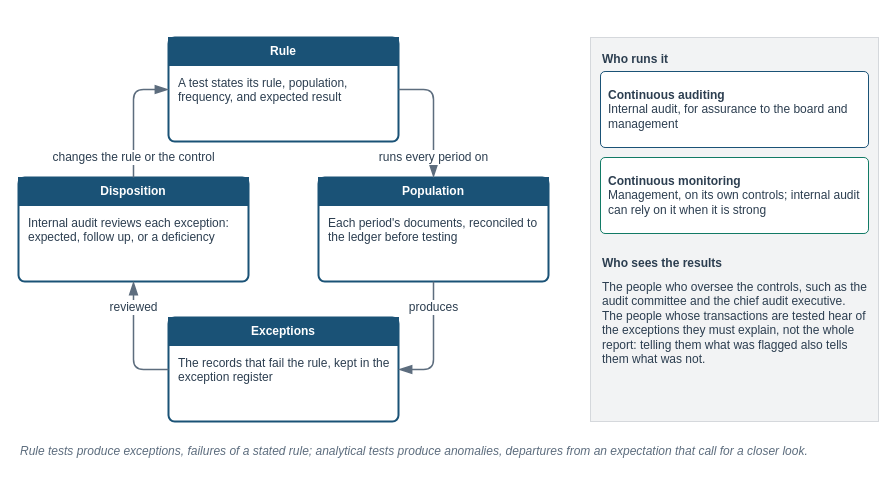
The draw.io diagram visuals/src/fig-16-01-monitoring-cycle.drawio in mmcodesso/Accounting_Analytics_Book, before the edit. Source tidied: cells renumbered, new cells numbered last; positions are measured from the earlier drawing's top-left corner, leaving out a move shared by most shapes. Both pictures are drawn from the tidied source at 100%, with x=0, y=0 at pixel (18, 17).
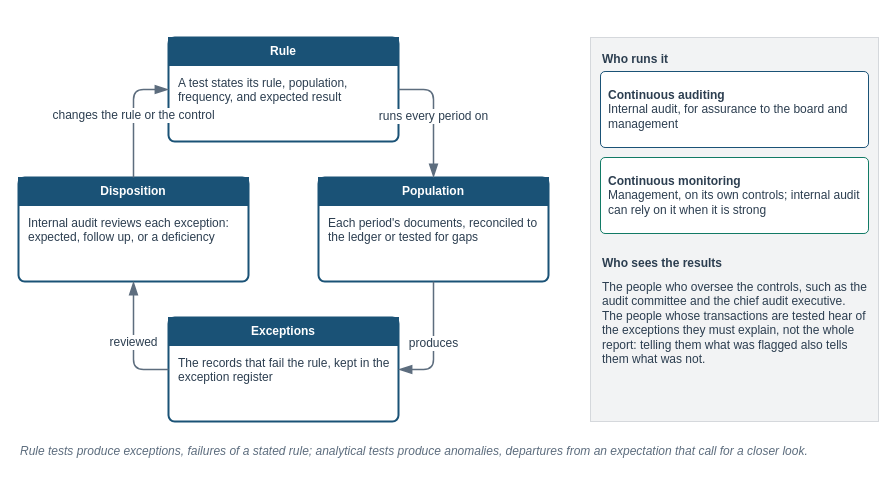
The same diagram, later.

The change refers to these unchanged cells:
```xml
<mxCell id="3" style="rounded=1;arcSize=6;whiteSpace=wrap;html=1;fillColor=#FFFFFF;strokeColor=#1A5276;strokeWidth=2;fontColor=#2C3E50;fontSize=13;fontStyle=0;align=center;verticalAlign=middle;fontFamily=Helvetica;spacingLeft=6;spacingRight=6;" parent="1" vertex="1">
  <mxGeometry x="150" y="20" width="230" height="104" as="geometry" />
</mxCell>
<mxCell id="6" style="rounded=1;arcSize=6;whiteSpace=wrap;html=1;fillColor=#FFFFFF;strokeColor=#1A5276;strokeWidth=2;fontColor=#2C3E50;fontSize=13;fontStyle=0;align=center;verticalAlign=middle;fontFamily=Helvetica;spacingLeft=6;spacingRight=6;" parent="1" vertex="1">
  <mxGeometry x="300" y="160" width="230" height="104" as="geometry" />
</mxCell>
<mxCell id="9" style="rounded=1;arcSize=6;whiteSpace=wrap;html=1;fillColor=#FFFFFF;strokeColor=#1A5276;strokeWidth=2;fontColor=#2C3E50;fontSize=13;fontStyle=0;align=center;verticalAlign=middle;fontFamily=Helvetica;spacingLeft=6;spacingRight=6;" parent="1" vertex="1">
  <mxGeometry x="150" y="300" width="230" height="104" as="geometry" />
</mxCell>
<mxCell id="12" style="rounded=1;arcSize=6;whiteSpace=wrap;html=1;fillColor=#FFFFFF;strokeColor=#1A5276;strokeWidth=2;fontColor=#2C3E50;fontSize=13;fontStyle=0;align=center;verticalAlign=middle;fontFamily=Helvetica;spacingLeft=6;spacingRight=6;" parent="1" vertex="1">
  <mxGeometry y="160" width="230" height="104" as="geometry" />
</mxCell>
```

Diff of the diagram source:
```diff
@@
-    <mxCell id="8" value="Each period's documents, reconciled to the ledger before testing" style="text;html=1;whiteSpace=wrap;align=left;verticalAlign=top;fontSize=12;fontColor=#2C3E50;fontStyle=0;fontFamily=Helvetica;spacing=2;fillColor=none;strokeColor=none;" parent="1" vertex="1">
+    <mxCell id="8" value="Each period's documents, reconciled to the ledger or tested for gaps" style="text;html=1;whiteSpace=wrap;align=left;verticalAlign=top;fontSize=12;fontColor=#2C3E50;fontStyle=0;fontFamily=Helvetica;spacing=2;fillColor=none;strokeColor=none;" parent="1" vertex="1">
       <mxGeometry x="308" y="192" width="214" height="68" as="geometry" />
     </mxCell>
@@
     <mxCell id="15" value="runs every period on" style="edgeStyle=orthogonalEdgeStyle;rounded=1;html=1;startArrow=none;endArrow=blockThin;startFill=0;endFill=1;startSize=10;endSize=10;strokeColor=#5D6D7E;strokeWidth=1.5;fontSize=12;fontColor=#2C3E50;fontFamily=Helvetica;labelBackgroundColor=#FFFFFF;exitX=1;exitY=0.5;exitDx=0;exitDy=0;entryX=0.5;entryY=0;entryDx=0;entryDy=0;" parent="1" edge="1" source="3" target="6">
-      <mxGeometry x="0.67" relative="1" as="geometry" />
+      <mxGeometry relative="1" as="geometry" />
     </mxCell>
     <mxCell id="16" value="produces" style="edgeStyle=orthogonalEdgeStyle;rounded=1;html=1;startArrow=none;endArrow=blockThin;startFill=0;endFill=1;startSize=10;endSize=10;strokeColor=#5D6D7E;strokeWidth=1.5;fontSize=12;fontColor=#2C3E50;fontFamily=Helvetica;labelBackgroundColor=#FFFFFF;exitX=0.5;exitY=1;exitDx=0;exitDy=0;entryX=1;entryY=0.5;entryDx=0;entryDy=0;" parent="1" edge="1" source="6" target="9">
-      <mxGeometry x="-0.58" relative="1" as="geometry" />
+      <mxGeometry relative="1" as="geometry" />
     </mxCell>
     <mxCell id="17" value="reviewed" style="edgeStyle=orthogonalEdgeStyle;rounded=1;html=1;startArrow=none;endArrow=blockThin;startFill=0;endFill=1;startSize=10;endSize=10;strokeColor=#5D6D7E;strokeWidth=1.5;fontSize=12;fontColor=#2C3E50;fontFamily=Helvetica;labelBackgroundColor=#FFFFFF;exitX=0;exitY=0.5;exitDx=0;exitDy=0;entryX=0.5;entryY=1;entryDx=0;entryDy=0;" parent="1" edge="1" source="9" target="12">
-      <mxGeometry x="0.58" relative="1" as="geometry" />
+      <mxGeometry relative="1" as="geometry" />
     </mxCell>
     <mxCell id="18" value="changes the rule or the control" style="edgeStyle=orthogonalEdgeStyle;rounded=1;html=1;startArrow=none;endArrow=blockThin;startFill=0;endFill=1;startSize=10;endSize=10;strokeColor=#5D6D7E;strokeWidth=1.5;fontSize=12;fontColor=#2C3E50;fontFamily=Helvetica;labelBackgroundColor=#FFFFFF;exitX=0.5;exitY=0;exitDx=0;exitDy=0;entryX=0;entryY=0.5;entryDx=0;entryDy=0;" parent="1" edge="1" source="12" target="3">
-      <mxGeometry x="-0.67" relative="1" as="geometry" />
+      <mxGeometry relative="1" as="geometry" />
     </mxCell>
```
